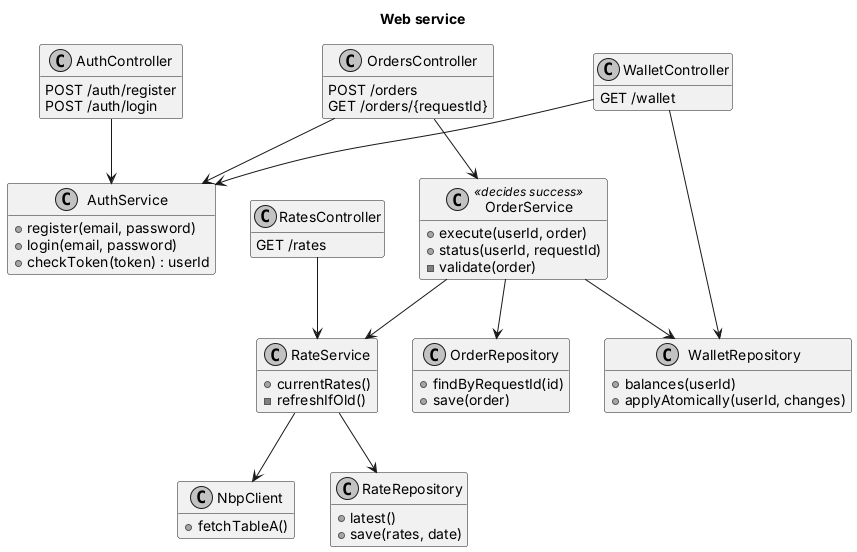
olezhakashz/currency-exchange keeps this PlantUML diagram as docs/diagrams/classes-server.png. Above is the earlier version. The source it was exported from:
```plantuml
@startuml classes-server
skinparam monochrome true
skinparam shadowing false
hide empty members
title Web service

class AuthController {
  POST /auth/register
  POST /auth/login
}
class RatesController {
  GET /rates
}
class OrdersController {
  POST /orders
  GET /orders/{requestId}
}
class WalletController {
  GET /wallet
}
class AuthService {
  +register(email, password)
  +login(email, password)
  +checkToken(token) : userId
}
class RateService {
  +currentRates()
  -refreshIfOld()
}
class NbpClient {
  +fetchTableA()
}
class OrderService <<decides success>> {
  +execute(userId, order)
  +status(userId, requestId)
  -validate(order)
}
class WalletRepository {
  +balances(userId)
  +applyAtomically(userId, changes)
}
class OrderRepository {
  +findByRequestId(id)
  +save(order)
}
class RateRepository {
  +latest()
  +save(rates, date)
}

AuthController --> AuthService
RatesController --> RateService
OrdersController --> AuthService
OrdersController --> OrderService
WalletController --> AuthService
WalletController --> WalletRepository
RateService --> RateRepository
RateService --> NbpClient
OrderService --> RateService
OrderService --> WalletRepository
OrderService --> OrderRepository
@enduml
```
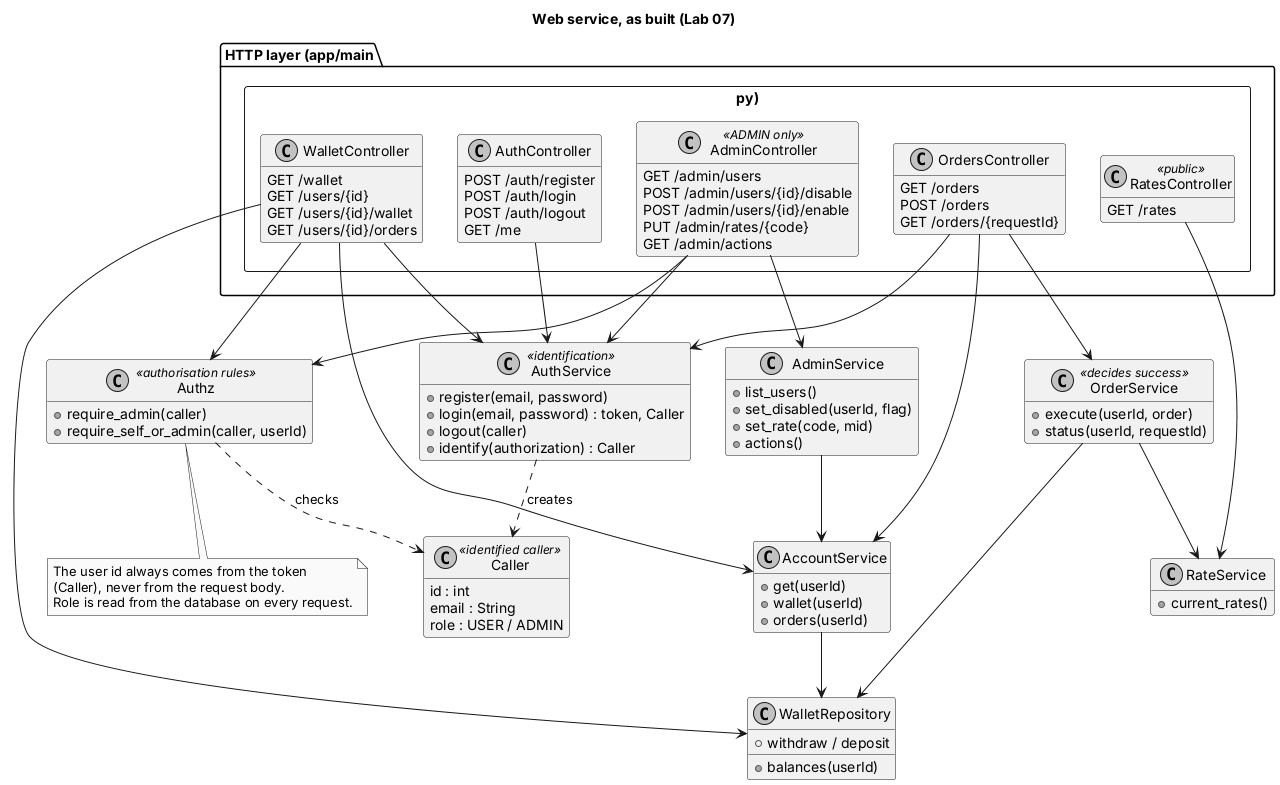
The same file after the commit.

Change to the diagram source:
```diff
@@ -2,61 +2,97 @@
 skinparam monochrome true
 skinparam shadowing false
 hide empty members
-title Web service
+title Web service, as built (Lab 07)
 
-class AuthController {
-  POST /auth/register
-  POST /auth/login
+rectangle "HTTP layer (app/main.py)" {
+  class AuthController {
+    POST /auth/register
+    POST /auth/login
+    POST /auth/logout
+    GET /me
+  }
+  class RatesController <<public>> {
+    GET /rates
+  }
+  class WalletController {
+    GET /wallet
+    GET /users/{id}
+    GET /users/{id}/wallet
+    GET /users/{id}/orders
+  }
+  class OrdersController {
+    GET /orders
+    POST /orders
+    GET /orders/{requestId}
+  }
+  class AdminController <<ADMIN only>> {
+    GET /admin/users
+    POST /admin/users/{id}/disable
+    POST /admin/users/{id}/enable
+    PUT /admin/rates/{code}
+    GET /admin/actions
+  }
 }
-class RatesController {
-  GET /rates
+
+class Caller <<identified caller>> {
+  id : int
+  email : String
+  role : USER / ADMIN
 }
-class OrdersController {
-  POST /orders
-  GET /orders/{requestId}
+class AuthService <<identification>> {
+  +register(email, password)
+  +login(email, password) : token, Caller
+  +logout(caller)
+  +identify(authorization) : Caller
 }
-class WalletController {
-  GET /wallet
+class Authz <<authorisation rules>> {
+  +require_admin(caller)
+  +require_self_or_admin(caller, userId)
 }
-class AuthService {
-  +register(email, password)
-  +login(email, password)
-  +checkToken(token) : userId
+class AccountService {
+  +get(userId)
+  +wallet(userId)
+  +orders(userId)
+}
+class AdminService {
+  +list_users()
+  +set_disabled(userId, flag)
+  +set_rate(code, mid)
+  +actions()
 }
 class RateService {
-  +currentRates()
-  -refreshIfOld()
-}
-class NbpClient {
-  +fetchTableA()
+  +current_rates()
 }
 class OrderService <<decides success>> {
   +execute(userId, order)
   +status(userId, requestId)
-  -validate(order)
 }
 class WalletRepository {
   +balances(userId)
-  +applyAtomically(userId, changes)
-}
-class OrderRepository {
-  +findByRequestId(id)
-  +save(order)
-}
-class RateRepository {
-  +latest()
-  +save(rates, date)
+  +withdraw / deposit
 }
 
 AuthController --> AuthService
+WalletController --> AuthService
+OrdersController --> AuthService
+AdminController --> AuthService
+AuthService ..> Caller : creates
+WalletController --> Authz
+AdminController --> Authz
+Authz ..> Caller : checks
 RatesController --> RateService
-OrdersController --> AuthService
+WalletController --> AccountService
+WalletController --> WalletRepository
 OrdersController --> OrderService
-WalletController --> AuthService
-WalletController --> WalletRepository
-RateService --> RateRepository
-RateService --> NbpClient
+OrdersController --> AccountService
+AdminController --> AdminService
+AdminService --> AccountService
+AccountService --> WalletRepository
 OrderService --> RateService
 OrderService --> WalletRepository
-OrderService --> OrderRepository
+note bottom of Authz
+  The user id always comes from the token
+  (Caller), never from the request body.
+  Role is read from the database on every request.
+end note
 @enduml
```
